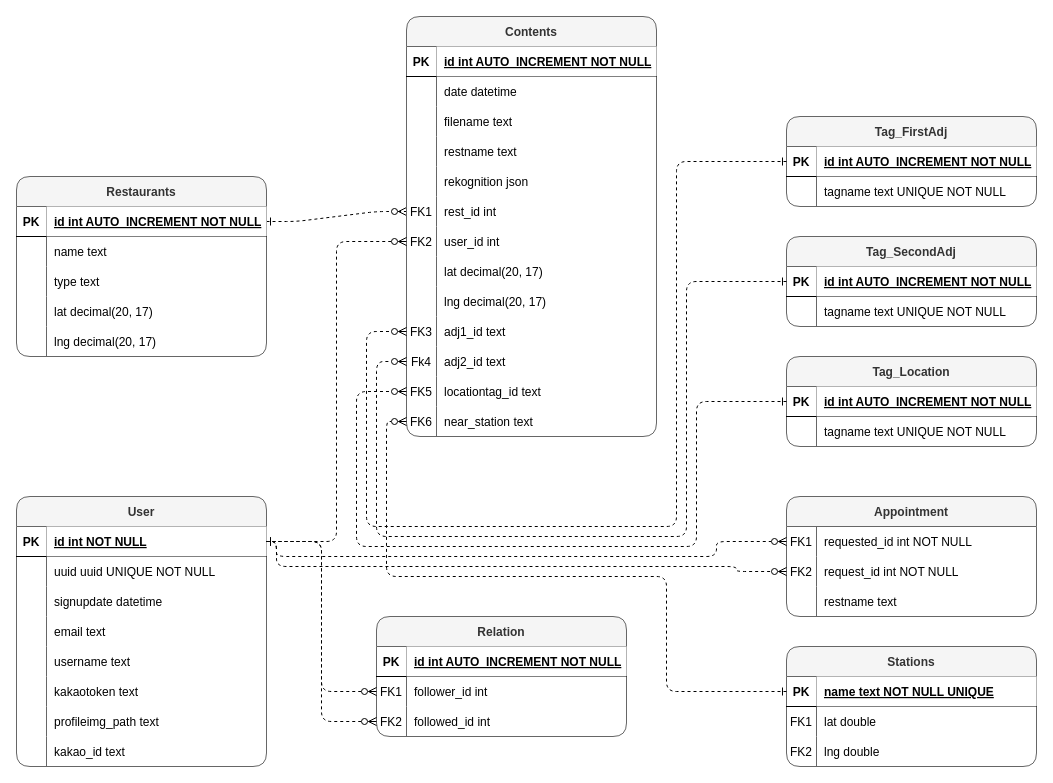
Above: Entity Relation Diagram.drawio in flavor-us/backend (draw.io), before the change. Source tidied: cells renumbered, new cells numbered last; positions are measured from the earlier drawing's top-left corner, leaving out a move shared by most shapes. Both pictures are drawn from the tidied source at 100%, with x=0, y=0 at pixel (16, 16).
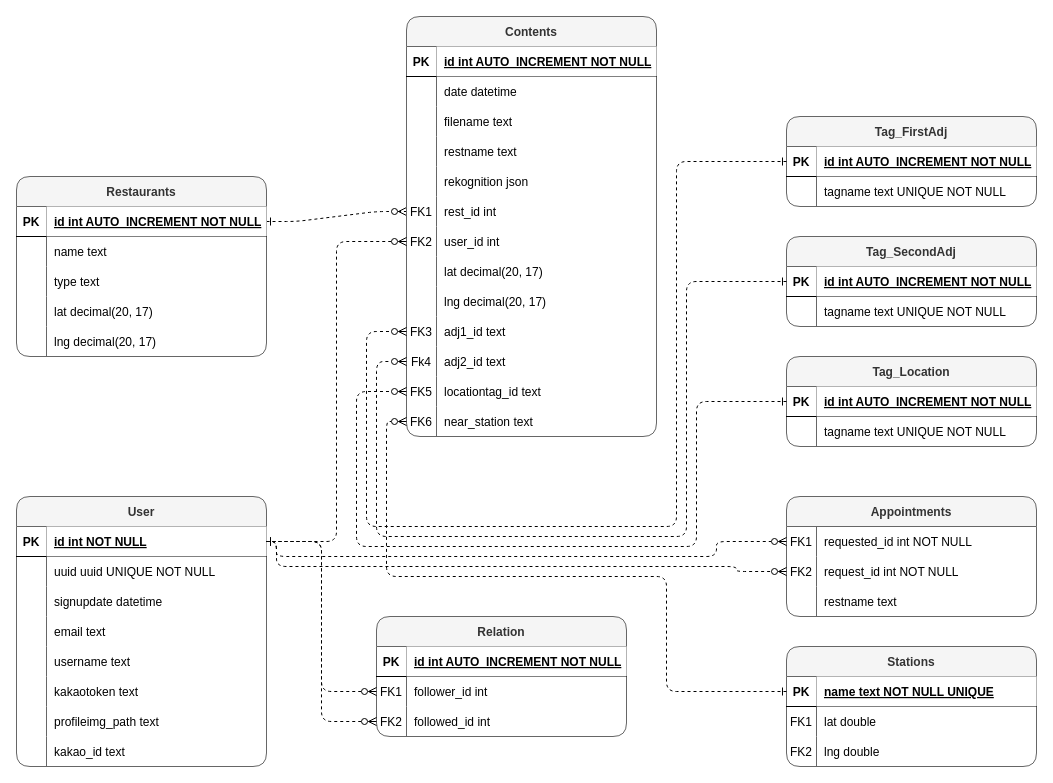
The same page after the edit.

Commit message (it also covers changes not shown here):
get username when check Appointments

Change to the diagram source:
```diff
@@
-    <mxCell id="104" value="Appointment" style="shape=table;startSize=30;childLayout=tableLayout;rowLines=0;fontStyle=1;align=center;fillColor=#f5f5f5;strokeColor=#666666;fontColor=#333333;rounded=1;" parent="1" vertex="1">
+    <mxCell id="104" value="Appointments" style="shape=table;startSize=30;childLayout=tableLayout;rowLines=0;fontStyle=1;align=center;fillColor=#f5f5f5;strokeColor=#666666;fontColor=#333333;rounded=1;" parent="1" vertex="1">
       <mxGeometry x="770" y="480" width="250" height="120" as="geometry" />
     </mxCell>
```
